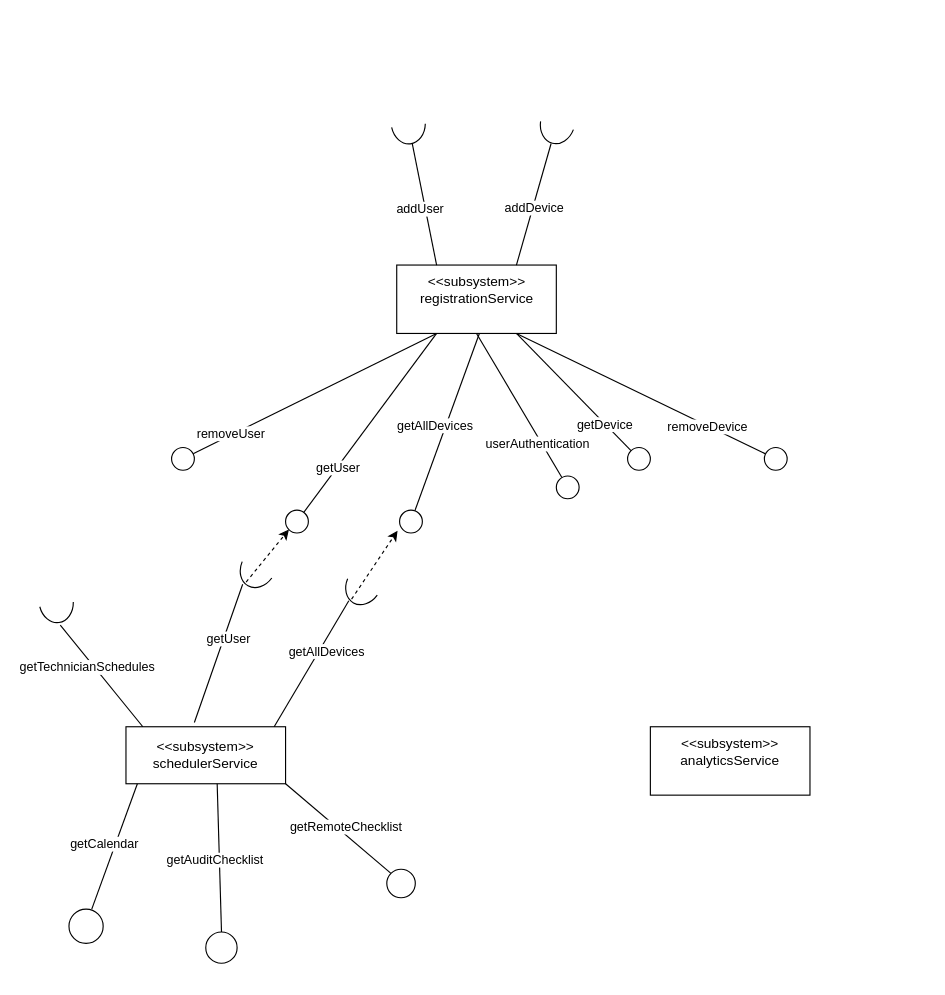
The draw.io diagram milestone-2/C&C_Diagram.drawio in uvic-teach/project-m1-team15, before the edit. Source tidied: cells renumbered, new cells numbered last; positions are measured from the earlier drawing's top-left corner, leaving out a move shared by most shapes. Both pictures are drawn from the tidied source at 114%, with x=0, y=0 at pixel (34, 19).
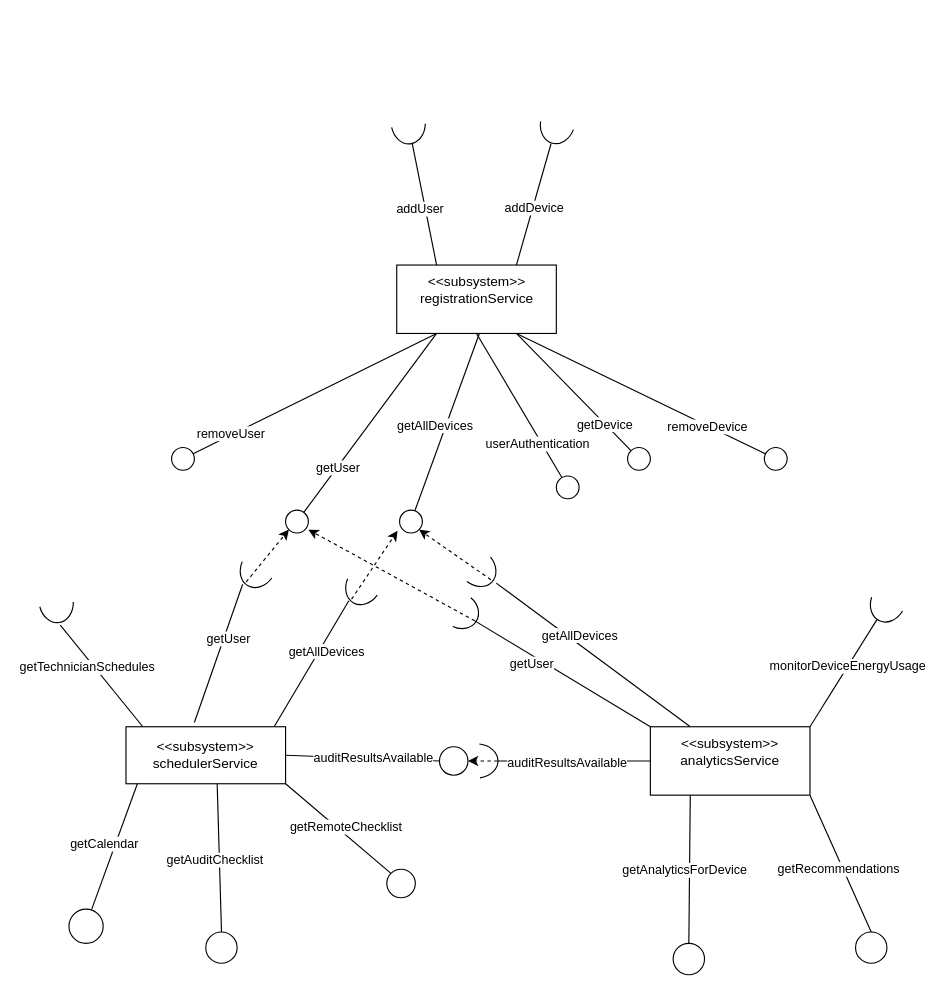
The same page after the edit.

Commit message:
Update C&C to include Analytics Interfaces.drawio

The change refers to these unchanged cells:
```xml
<mxCell id="20" style="ellipse;whiteSpace=wrap;html=1;" parent="1" vertex="1">
  <mxGeometry x="320" y="430" width="20" height="20" as="geometry" />
</mxCell>
<mxCell id="35" value="analyticsService" style="rounded=0;whiteSpace=wrap;html=1;" parent="1" vertex="1">
  <mxGeometry x="540" y="620" width="140" height="60" as="geometry" />
</mxCell>
```

Change to the diagram source:
```diff
@@
+    <mxCell id="58" style="endArrow=none;html=1;rounded=0;exitX=0.25;exitY=0;exitDx=0;exitDy=0;entryX=-0.089;entryY=0.577;entryDx=0;entryDy=0;entryPerimeter=0;" parent="1" edge="1" source="35" target="60">
+      <mxGeometry relative="1" as="geometry" />
+    </mxCell>
+    <mxCell id="59" value="getAllDevices" style="edgeLabel;html=1;align=center;verticalAlign=middle;" parent="58" vertex="1">
+      <mxGeometry x="0.37" y="-1" relative="1" as="geometry">
+        <mxPoint x="18" y="7" as="offset" />
+      </mxGeometry>
+    </mxCell>
+    <mxCell id="60" style="verticalLabelPosition=bottom;verticalAlign=top;html=1;shape=mxgraph.basic.arc;startAngle=0.5205747559124867;endAngle=0.9747492307754936;rotation=-135;" parent="1" vertex="1">
+      <mxGeometry x="368.8" y="465" width="37.5" height="30" as="geometry" />
+    </mxCell>
+    <mxCell id="61" style="endArrow=classic;html=1;rounded=0;entryX=1;entryY=1;entryDx=0;entryDy=0;dashed=1;exitX=0.057;exitY=0.535;exitDx=0;exitDy=0;exitPerimeter=0;" parent="1" edge="1" source="60" target="20">
+      <mxGeometry relative="1" as="geometry" />
+    </mxCell>
+    <mxCell id="62" style="endArrow=none;html=1;rounded=0;entryX=0.036;entryY=0.493;entryDx=0;entryDy=0;entryPerimeter=0;" parent="1" edge="1" target="64">
+      <mxGeometry relative="1" as="geometry">
+        <mxPoint x="540" y="620" as="sourcePoint" />
+      </mxGeometry>
+    </mxCell>
+    <mxCell id="63" value="getUser" style="edgeLabel;html=1;align=center;verticalAlign=middle;" parent="62" vertex="1">
+      <mxGeometry x="0.37" y="-1" relative="1" as="geometry">
+        <mxPoint y="9" as="offset" />
+      </mxGeometry>
+    </mxCell>
+    <mxCell id="64" style="verticalLabelPosition=bottom;verticalAlign=top;html=1;shape=mxgraph.basic.arc;startAngle=0.5205747559124867;endAngle=0.9747492307754936;rotation=-147;" parent="1" vertex="1">
+      <mxGeometry x="355" y="503.1" width="35" height="30" as="geometry" />
+    </mxCell>
+    <mxCell id="65" style="endArrow=classic;html=1;rounded=0;exitX=0.036;exitY=0.493;exitDx=0;exitDy=0;exitPerimeter=0;entryX=1;entryY=1;entryDx=0;entryDy=0;dashed=1;" parent="1" edge="1" source="64">
+      <mxGeometry relative="1" as="geometry">
+        <mxPoint x="240" y="447.1" as="targetPoint" />
+      </mxGeometry>
+    </mxCell>
+    <mxCell id="66" style="endArrow=none;html=1;rounded=0;exitX=0;exitY=0.5;exitDx=0;exitDy=0;" parent="1" edge="1" source="35" target="68">
+      <mxGeometry relative="1" as="geometry" />
+    </mxCell>
+    <mxCell id="67" value="auditResultsAvailable" style="edgeLabel;html=1;align=center;verticalAlign=middle;" parent="66" vertex="1">
+      <mxGeometry x="0.11" y="1" relative="1" as="geometry" />
+    </mxCell>
+    <mxCell id="68" style="verticalLabelPosition=bottom;verticalAlign=top;html=1;shape=mxgraph.basic.arc;startAngle=0.5205747559124867;endAngle=0.9747492307754936;rotation=-180;" parent="1" vertex="1">
+      <mxGeometry x="368.8" y="635" width="37.5" height="30" as="geometry" />
+    </mxCell>
+    <mxCell id="69" style="endArrow=none;html=1;rounded=0;entryX=0.5;entryY=0;entryDx=0;entryDy=0;exitX=0.25;exitY=1;exitDx=0;exitDy=0;" parent="1" edge="1" source="35" target="71">
+      <mxGeometry relative="1" as="geometry" />
+    </mxCell>
+    <mxCell id="70" value="getAnalyticsForDevice" style="edgeLabel;html=1;align=center;verticalAlign=middle;" parent="69" vertex="1">
+      <mxGeometry x="0.22" y="-3" relative="1" as="geometry">
+        <mxPoint x="-2" y="-13" as="offset" />
+      </mxGeometry>
+    </mxCell>
+    <mxCell id="71" style="ellipse;whiteSpace=wrap;html=1;" parent="1" vertex="1">
+      <mxGeometry x="560" y="810" width="27.5" height="27.5" as="geometry" />
+    </mxCell>
+    <mxCell id="72" style="endArrow=none;html=1;rounded=0;entryX=0.5;entryY=0;entryDx=0;entryDy=0;exitX=1;exitY=1;exitDx=0;exitDy=0;" parent="1" edge="1" source="75">
+      <mxGeometry relative="1" as="geometry">
+        <mxPoint x="733.8" y="808.8" as="targetPoint" />
+      </mxGeometry>
+    </mxCell>
+    <mxCell id="73" style="endArrow=none;html=1;rounded=0;entryX=0.5;entryY=0;entryDx=0;entryDy=0;exitX=1;exitY=1;exitDx=0;exitDy=0;" parent="1" edge="1" source="35" target="75">
+      <mxGeometry relative="1" as="geometry" />
+    </mxCell>
+    <mxCell id="74" value="getRecommendations" style="edgeLabel;html=1;align=center;verticalAlign=middle;" parent="73" vertex="1">
+      <mxGeometry x="0.06" y="-4" relative="1" as="geometry">
+        <mxPoint y="-1" as="offset" />
+      </mxGeometry>
+    </mxCell>
+    <mxCell id="75" style="ellipse;whiteSpace=wrap;html=1;" parent="1" vertex="1">
+      <mxGeometry x="720" y="800" width="27.5" height="27.5" as="geometry" />
+    </mxCell>
+    <mxCell id="76" style="endArrow=none;html=1;rounded=0;exitX=1;exitY=0;exitDx=0;exitDy=0;" parent="1" edge="1" source="35" target="78">
+      <mxGeometry relative="1" as="geometry" />
+    </mxCell>
+    <mxCell id="77" value="monitorDeviceEnergyUsage" style="edgeLabel;html=1;align=center;verticalAlign=middle;" parent="76" vertex="1">
+      <mxGeometry x="0.11" y="1" relative="1" as="geometry" />
+    </mxCell>
+    <mxCell id="78" style="verticalLabelPosition=bottom;verticalAlign=top;html=1;shape=mxgraph.basic.arc;startAngle=0.5205747559124867;endAngle=0.9747492307754936;rotation=-65;" parent="1" vertex="1">
+      <mxGeometry x="730" y="495" width="37.5" height="30" as="geometry" />
+    </mxCell>
+    <mxCell id="79" style="endArrow=none;html=1;rounded=0;exitX=1;exitY=1;exitDx=0;exitDy=0;entryX=0;entryY=0.5;entryDx=0;entryDy=0;" parent="1" edge="1" target="81">
+      <mxGeometry relative="1" as="geometry">
+        <mxPoint x="220" y="645" as="sourcePoint" />
+      </mxGeometry>
+    </mxCell>
+    <mxCell id="80" value="auditResultsAvailable" style="edgeLabel;html=1;align=center;verticalAlign=middle;" parent="79" vertex="1">
+      <mxGeometry x="0.14" y="1" relative="1" as="geometry" />
+    </mxCell>
+    <mxCell id="81" style="ellipse;whiteSpace=wrap;html=1;" parent="1" vertex="1">
+      <mxGeometry x="355" y="637.5" width="25" height="25" as="geometry" />
+    </mxCell>
+    <mxCell id="82" style="endArrow=classic;html=1;rounded=0;exitX=0.007;exitY=0.5;exitDx=0;exitDy=0;exitPerimeter=0;entryX=1;entryY=0.5;entryDx=0;entryDy=0;dashed=1;" parent="1" edge="1" source="68" target="81">
+      <mxGeometry relative="1" as="geometry" />
+    </mxCell>
```
